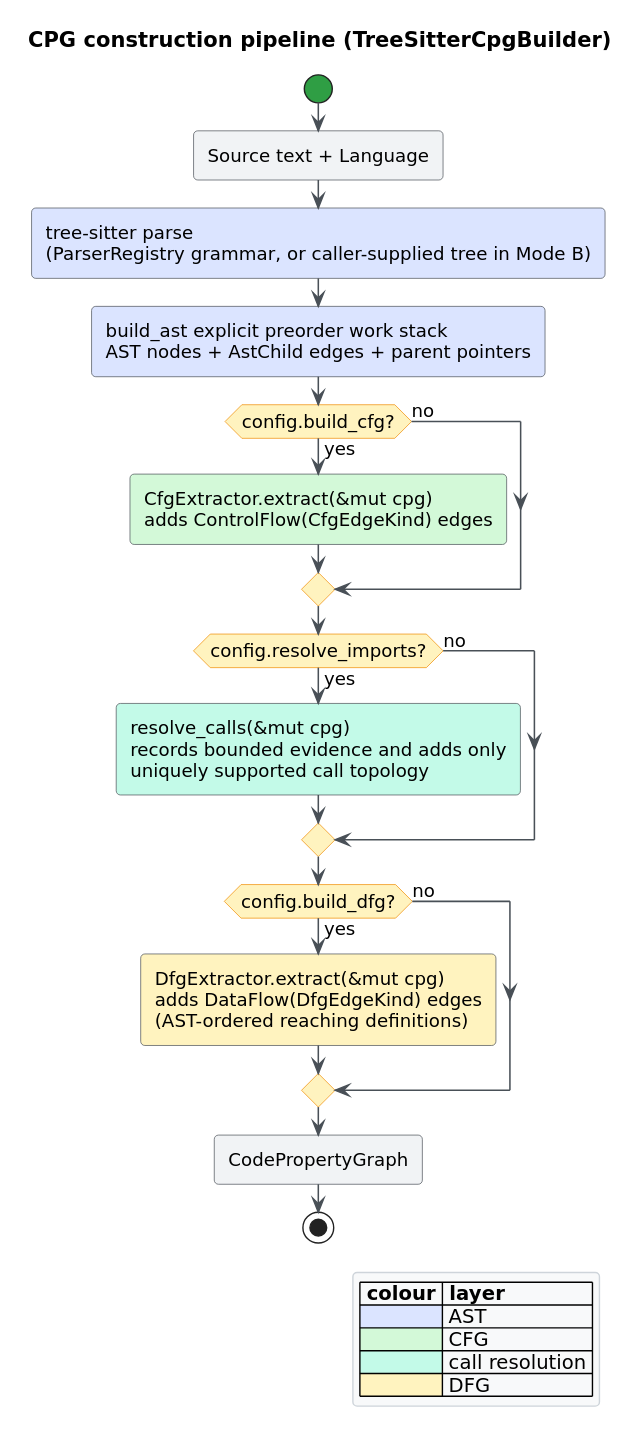
Above: docs/diagrams/construction-pipeline.svg in vinary-tree/libcpg (PlantUML), before the change. Its source is kept beside it as docs/diagrams/construction-pipeline.puml.
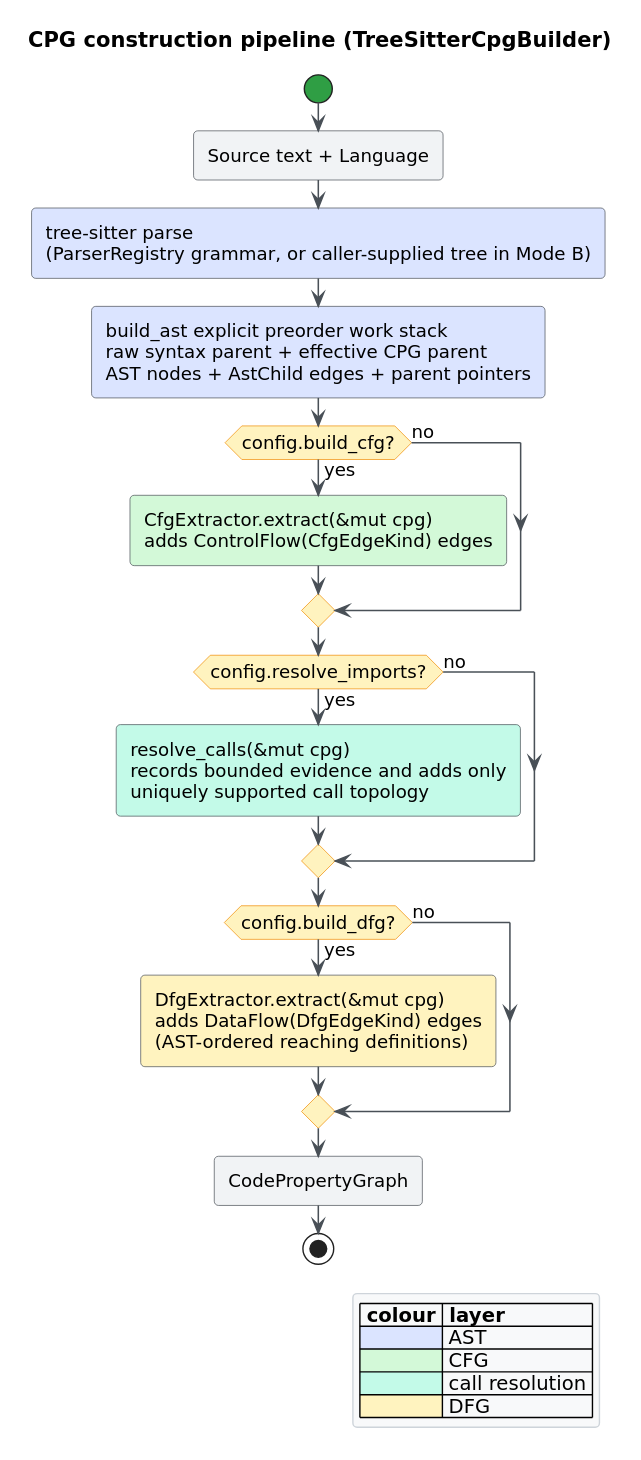
After the commit.

Commit message:
docs(builder): record parent-context scaling repair

Diff of the diagram source:
```diff
@@ -6,6 +6,7 @@
 :tree-sitter parse
 (ParserRegistry grammar, or caller-supplied tree in Mode B);<<#DBE4FF>>
 :build_ast explicit preorder work stack
+raw syntax parent + effective CPG parent
 AST nodes + AstChild edges + parent pointers;<<#DBE4FF>>
 if (config.build_cfg?) then (yes)
   :CfgExtractor.extract(&mut cpg)
```
